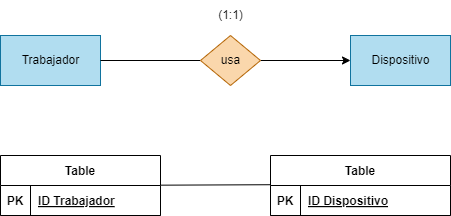
This is BAE/Tareas/Unidad2/Images/Ejercicio3.drawio.png from ResetMeNow/DAW, a draw.io export, as it was before one commit. Source tidied: cells renumbered, new cells last; positions are measured from the earlier drawing's top-left corner, leaving out a move shared by most shapes. Its diagram source:
```xml
<mxGraphModel>
  <root>
    <mxCell id="0" />
    <mxCell id="1" parent="0" />
    <mxCell id="2" value="Dispositivo" style="html=1;dashed=0;whitespace=wrap;fillColor=#b1ddf0;strokeColor=#10739e;" parent="1" vertex="1">
      <mxGeometry x="350" y="35" width="100" height="50" as="geometry" />
    </mxCell>
    <mxCell id="3" value="Trabajador" style="html=1;dashed=0;whitespace=wrap;fillColor=#b1ddf0;strokeColor=#10739e;" parent="1" vertex="1">
      <mxGeometry y="35" width="100" height="50" as="geometry" />
    </mxCell>
    <mxCell id="4" style="edgeStyle=none;html=1;endArrow=classic;endFill=1;" parent="1" edge="1" source="6" target="2">
      <mxGeometry relative="1" as="geometry" />
    </mxCell>
    <mxCell id="5" style="edgeStyle=none;html=1;endArrow=none;endFill=0;" parent="1" edge="1" source="6" target="3">
      <mxGeometry relative="1" as="geometry" />
    </mxCell>
    <mxCell id="6" value="usa" style="shape=rhombus;html=1;dashed=0;whitespace=wrap;perimeter=rhombusPerimeter;fillColor=#fad7ac;strokeColor=#b46504;" parent="1" vertex="1">
      <mxGeometry x="200" y="35" width="60" height="50" as="geometry" />
    </mxCell>
    <mxCell id="7" value="(1:1)" style="text;html=1;align=center;verticalAlign=middle;strokeColor=none;fillColor=none;" parent="1" vertex="1">
      <mxGeometry x="205" width="50" height="30" as="geometry" />
    </mxCell>
    <mxCell id="8" style="edgeStyle=none;html=1;entryX=0.04;entryY=-0.027;entryDx=0;entryDy=0;entryPerimeter=0;endArrow=none;endFill=0;" parent="1" edge="1" source="9" target="14">
      <mxGeometry relative="1" as="geometry" />
    </mxCell>
    <mxCell id="9" value="Table" style="shape=table;startSize=30;rowLines=0;fontStyle=1;align=center;" parent="1" vertex="1">
      <mxGeometry y="155" width="160" height="60" as="geometry" />
    </mxCell>
    <mxCell id="10" style="shape=tableRow;horizontal=0;startSize=0;swimlaneHead=0;swimlaneBody=0;fillColor=none;top=0;left=0;right=0;bottom=1;" parent="9" vertex="1">
      <mxGeometry y="30" width="160" height="30" as="geometry" />
    </mxCell>
    <mxCell id="11" value="PK" style="shape=partialRectangle;fillColor=none;top=0;left=0;bottom=0;right=0;fontStyle=1;overflow=hidden;" parent="10" vertex="1">
      <mxGeometry width="30" height="30" as="geometry" />
    </mxCell>
    <mxCell id="12" value="ID Trabajador" style="shape=partialRectangle;fillColor=none;top=0;left=0;bottom=0;right=0;align=left;spacingLeft=6;fontStyle=5;overflow=hidden;" parent="10" vertex="1">
      <mxGeometry x="30" width="130" height="30" as="geometry" />
    </mxCell>
    <mxCell id="13" value="Table" style="shape=table;startSize=30;rowLines=0;fontStyle=1;align=center;" parent="1" vertex="1">
      <mxGeometry x="270" y="155" width="180" height="60" as="geometry" />
    </mxCell>
    <mxCell id="14" style="shape=tableRow;horizontal=0;startSize=0;swimlaneHead=0;swimlaneBody=0;fillColor=none;points=[[0,0.5],[1,0.5]];portConstraint=eastwest;top=0;left=0;right=0;bottom=1;" parent="13" vertex="1">
      <mxGeometry y="30" width="180" height="30" as="geometry" />
    </mxCell>
    <mxCell id="15" value="PK" style="shape=partialRectangle;fillColor=none;top=0;left=0;bottom=0;right=0;fontStyle=1;overflow=hidden;" parent="14" vertex="1">
      <mxGeometry width="30" height="30" as="geometry" />
    </mxCell>
    <mxCell id="16" value="ID Dispositivo" style="shape=partialRectangle;fillColor=none;top=0;left=0;bottom=0;right=0;align=left;spacingLeft=6;fontStyle=5;overflow=hidden;" parent="14" vertex="1">
      <mxGeometry x="30" width="150" height="30" as="geometry" />
    </mxCell>
  </root>
</mxGraphModel>
```
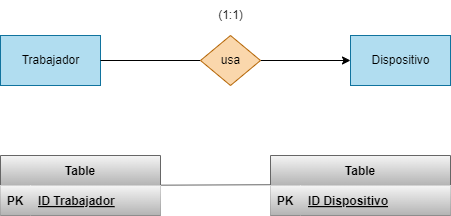
After the commit.

Change to the diagram source:
```diff
@@ -20,31 +20,31 @@
     <mxCell id="7" value="(1:1)" style="text;html=1;align=center;verticalAlign=middle;strokeColor=none;fillColor=none;" parent="1" vertex="1">
       <mxGeometry x="205" width="50" height="30" as="geometry" />
     </mxCell>
-    <mxCell id="8" style="edgeStyle=none;html=1;entryX=0.04;entryY=-0.027;entryDx=0;entryDy=0;entryPerimeter=0;endArrow=none;endFill=0;" parent="1" edge="1" source="9" target="14">
+    <mxCell id="8" style="edgeStyle=none;html=1;entryX=0.04;entryY=-0.027;entryDx=0;entryDy=0;entryPerimeter=0;endArrow=none;endFill=0;fillColor=#f5f5f5;gradientColor=#b3b3b3;strokeColor=#666666;" parent="1" edge="1" source="9" target="14">
       <mxGeometry relative="1" as="geometry" />
     </mxCell>
-    <mxCell id="9" value="Table" style="shape=table;startSize=30;rowLines=0;fontStyle=1;align=center;" parent="1" vertex="1">
+    <mxCell id="9" value="Table" style="shape=table;startSize=30;rowLines=0;fontStyle=1;align=center;fillColor=#f5f5f5;gradientColor=#b3b3b3;strokeColor=#666666;" parent="1" vertex="1">
       <mxGeometry y="155" width="160" height="60" as="geometry" />
     </mxCell>
-    <mxCell id="10" style="shape=tableRow;horizontal=0;startSize=0;swimlaneHead=0;swimlaneBody=0;fillColor=none;top=0;left=0;right=0;bottom=1;" parent="9" vertex="1">
+    <mxCell id="10" style="shape=tableRow;horizontal=0;startSize=0;swimlaneHead=0;swimlaneBody=0;fillColor=#f5f5f5;top=0;left=0;right=0;bottom=1;gradientColor=#b3b3b3;strokeColor=#666666;" parent="9" vertex="1">
       <mxGeometry y="30" width="160" height="30" as="geometry" />
     </mxCell>
-    <mxCell id="11" value="PK" style="shape=partialRectangle;fillColor=none;top=0;left=0;bottom=0;right=0;fontStyle=1;overflow=hidden;" parent="10" vertex="1">
+    <mxCell id="11" value="PK" style="shape=partialRectangle;fillColor=#f5f5f5;top=0;left=0;bottom=0;right=0;fontStyle=1;overflow=hidden;gradientColor=#b3b3b3;strokeColor=#666666;" parent="10" vertex="1">
       <mxGeometry width="30" height="30" as="geometry" />
     </mxCell>
-    <mxCell id="12" value="ID Trabajador" style="shape=partialRectangle;fillColor=none;top=0;left=0;bottom=0;right=0;align=left;spacingLeft=6;fontStyle=5;overflow=hidden;" parent="10" vertex="1">
+    <mxCell id="12" value="ID Trabajador" style="shape=partialRectangle;fillColor=#f5f5f5;top=0;left=0;bottom=0;right=0;align=left;spacingLeft=6;fontStyle=5;overflow=hidden;gradientColor=#b3b3b3;strokeColor=#666666;" parent="10" vertex="1">
       <mxGeometry x="30" width="130" height="30" as="geometry" />
     </mxCell>
-    <mxCell id="13" value="Table" style="shape=table;startSize=30;rowLines=0;fontStyle=1;align=center;" parent="1" vertex="1">
+    <mxCell id="13" value="Table" style="shape=table;startSize=30;rowLines=0;fontStyle=1;align=center;fillColor=#f5f5f5;gradientColor=#b3b3b3;strokeColor=#666666;" parent="1" vertex="1">
       <mxGeometry x="270" y="155" width="180" height="60" as="geometry" />
     </mxCell>
-    <mxCell id="14" style="shape=tableRow;horizontal=0;startSize=0;swimlaneHead=0;swimlaneBody=0;fillColor=none;points=[[0,0.5],[1,0.5]];portConstraint=eastwest;top=0;left=0;right=0;bottom=1;" parent="13" vertex="1">
+    <mxCell id="14" style="shape=tableRow;horizontal=0;startSize=0;swimlaneHead=0;swimlaneBody=0;fillColor=#f5f5f5;points=[[0,0.5],[1,0.5]];portConstraint=eastwest;top=0;left=0;right=0;bottom=1;gradientColor=#b3b3b3;strokeColor=#666666;" parent="13" vertex="1">
       <mxGeometry y="30" width="180" height="30" as="geometry" />
     </mxCell>
-    <mxCell id="15" value="PK" style="shape=partialRectangle;fillColor=none;top=0;left=0;bottom=0;right=0;fontStyle=1;overflow=hidden;" parent="14" vertex="1">
+    <mxCell id="15" value="PK" style="shape=partialRectangle;fillColor=#f5f5f5;top=0;left=0;bottom=0;right=0;fontStyle=1;overflow=hidden;gradientColor=#b3b3b3;strokeColor=#666666;" parent="14" vertex="1">
       <mxGeometry width="30" height="30" as="geometry" />
     </mxCell>
-    <mxCell id="16" value="ID Dispositivo" style="shape=partialRectangle;fillColor=none;top=0;left=0;bottom=0;right=0;align=left;spacingLeft=6;fontStyle=5;overflow=hidden;" parent="14" vertex="1">
+    <mxCell id="16" value="ID Dispositivo" style="shape=partialRectangle;fillColor=#f5f5f5;top=0;left=0;bottom=0;right=0;align=left;spacingLeft=6;fontStyle=5;overflow=hidden;gradientColor=#b3b3b3;strokeColor=#666666;" parent="14" vertex="1">
       <mxGeometry x="30" width="150" height="30" as="geometry" />
     </mxCell>
   </root>
```
